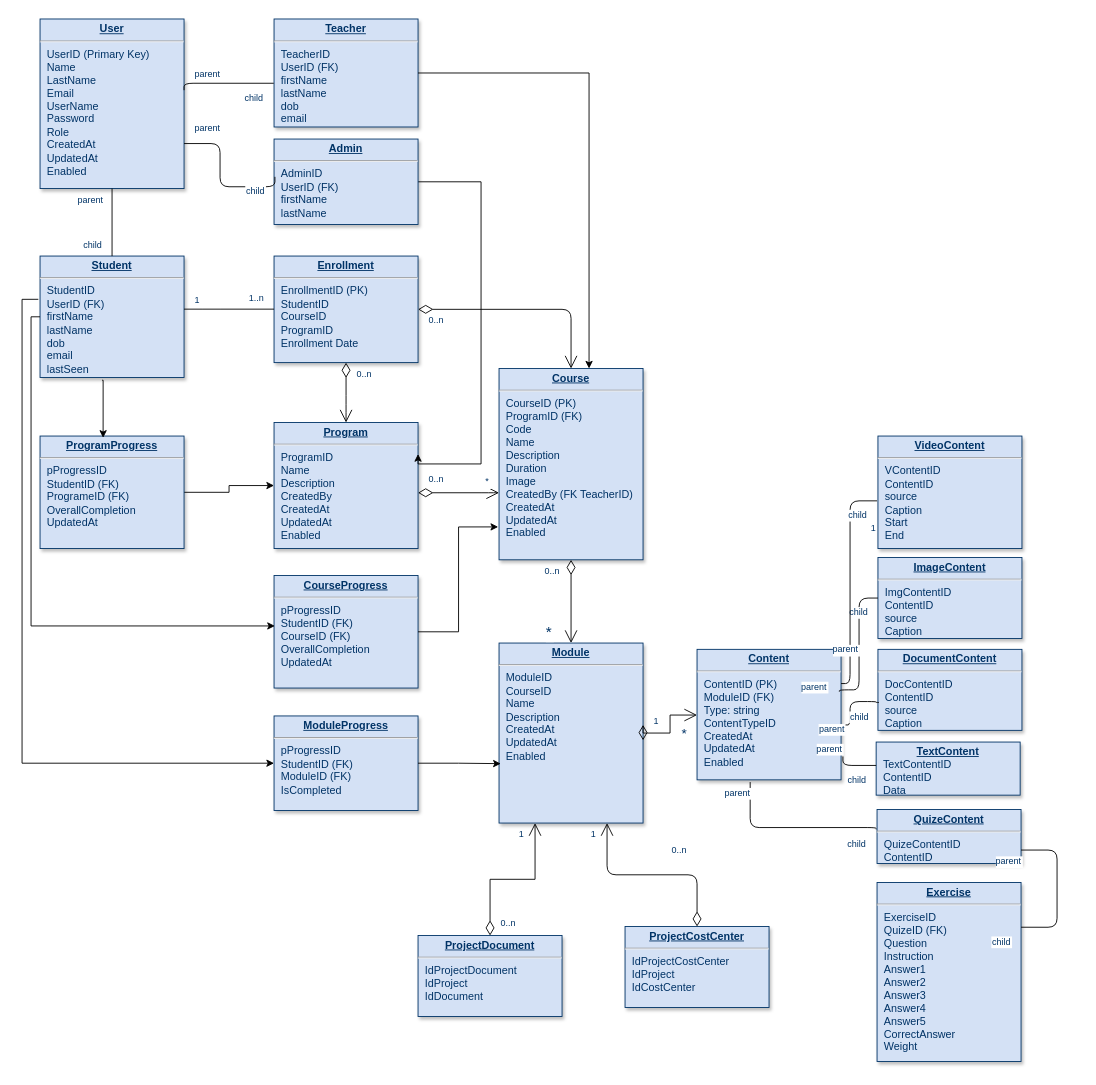
The draw.io diagram Database.drawio in kingshowa/PFE_E-learning, before the edit. Source tidied: cells renumbered, new cells numbered last; positions are measured from the earlier drawing's top-left corner, leaving out a move shared by most shapes. Both pictures are drawn from the tidied source at 90%, with x=0, y=0 at pixel (22, 19).
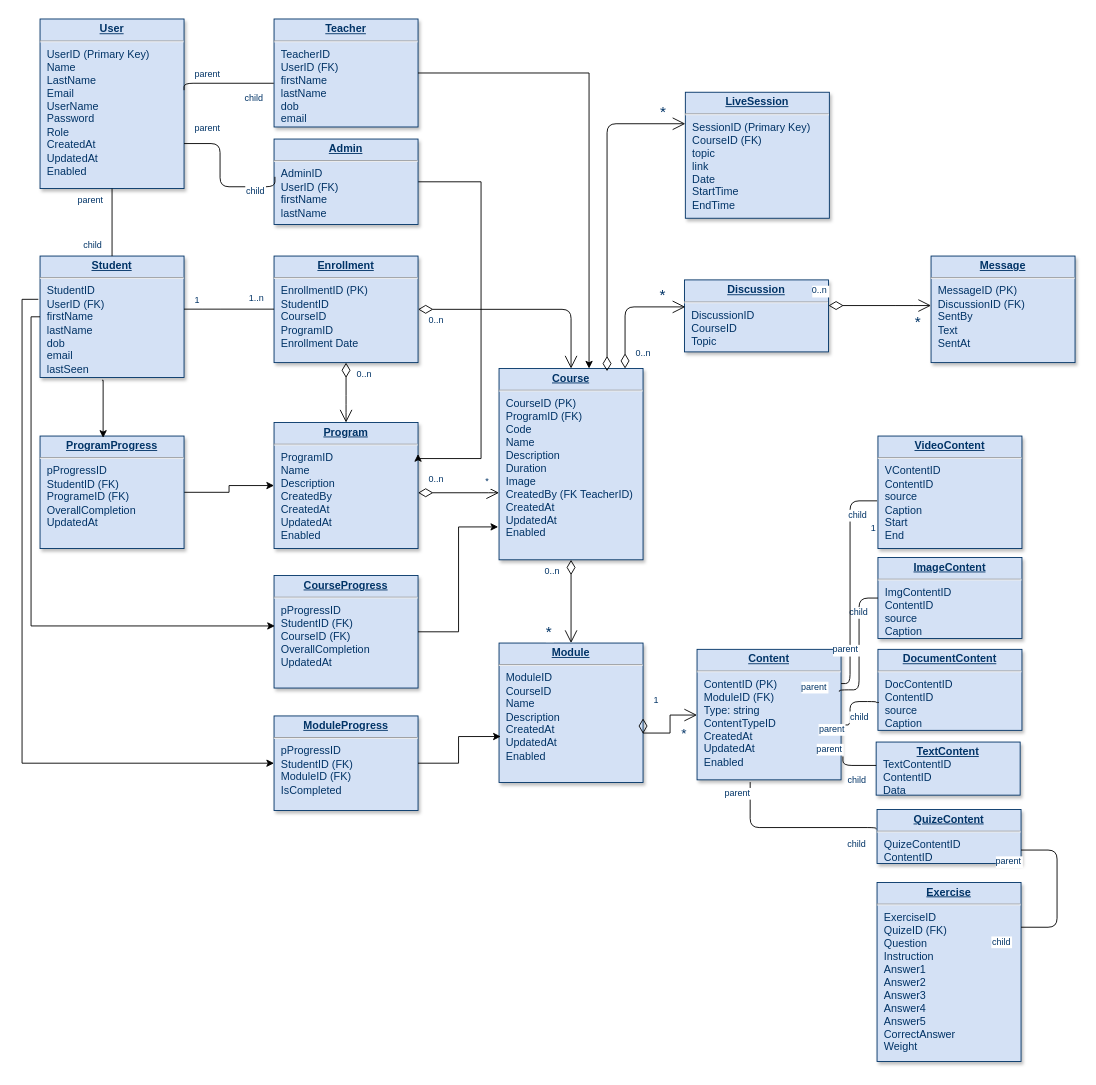
Above is the later version.

The change refers to these unchanged cells:
```xml
<mxCell id="3" value="&lt;p style=&quot;margin: 0px; margin-top: 4px; text-align: center; text-decoration: underline;&quot;&gt;&lt;strong&gt;Program&lt;/strong&gt;&lt;/p&gt;&lt;hr&gt;&lt;p style=&quot;margin: 0px; margin-left: 8px;&quot;&gt;ProgramID&lt;/p&gt;&lt;p style=&quot;margin: 0px; margin-left: 8px;&quot;&gt;Name&lt;/p&gt;&lt;p style=&quot;margin: 0px; margin-left: 8px;&quot;&gt;Description&lt;/p&gt;&lt;p style=&quot;margin: 0px; margin-left: 8px;&quot;&gt;CreatedBy&lt;/p&gt;&lt;p style=&quot;margin: 0px; margin-left: 8px;&quot;&gt;CreatedAt&lt;/p&gt;&lt;p style=&quot;margin: 0px; margin-left: 8px;&quot;&gt;UpdatedAt&lt;/p&gt;&lt;p style=&quot;margin: 0px; margin-left: 8px;&quot;&gt;Enabled&lt;/p&gt;" style="verticalAlign=top;align=left;overflow=fill;fontSize=12;fontFamily=Helvetica;html=1;strokeColor=#003366;shadow=1;fillColor=#D4E1F5;fontColor=#003366;" parent="1" vertex="1">
  <mxGeometry x="280" y="448" width="160" height="140" as="geometry" />
</mxCell>
<mxCell id="75" value="&lt;p style=&quot;margin: 0px; margin-top: 4px; text-align: center; text-decoration: underline;&quot;&gt;&lt;b&gt;Admin&lt;/b&gt;&lt;/p&gt;&lt;hr&gt;&lt;p style=&quot;margin: 0px 0px 0px 8px;&quot;&gt;AdminID&lt;/p&gt;&lt;p style=&quot;margin: 0px 0px 0px 8px;&quot;&gt;UserID (FK)&lt;/p&gt;&lt;p style=&quot;margin: 0px 0px 0px 8px;&quot;&gt;firstName&lt;/p&gt;&lt;p style=&quot;margin: 0px 0px 0px 8px;&quot;&gt;lastName&lt;/p&gt;" style="verticalAlign=top;align=left;overflow=fill;fontSize=12;fontFamily=Helvetica;html=1;strokeColor=#003366;shadow=1;fillColor=#D4E1F5;fontColor=#003366;" parent="1" vertex="1">
  <mxGeometry x="280" y="133" width="160" height="95" as="geometry" />
</mxCell>
```

Change to the diagram source:
```diff
@@
     <mxCell id="11" value="&lt;p style=&quot;margin: 0px; margin-top: 4px; text-align: center; text-decoration: underline;&quot;&gt;&lt;b&gt;Module&lt;/b&gt;&lt;/p&gt;&lt;hr&gt;&lt;p style=&quot;margin: 0px; margin-left: 8px;&quot;&gt;ModuleID&lt;/p&gt;&lt;p style=&quot;margin: 0px; margin-left: 8px;&quot;&gt;CourseID&lt;/p&gt;&lt;p style=&quot;margin: 0px; margin-left: 8px;&quot;&gt;Name&lt;/p&gt;&lt;p style=&quot;margin: 0px; margin-left: 8px;&quot;&gt;Description&lt;/p&gt;&lt;p style=&quot;margin: 0px; margin-left: 8px;&quot;&gt;CreatedAt&lt;/p&gt;&lt;p style=&quot;margin: 0px; margin-left: 8px;&quot;&gt;UpdatedAt&lt;/p&gt;&lt;p style=&quot;margin: 0px; margin-left: 8px;&quot;&gt;Enabled&lt;/p&gt;" style="verticalAlign=top;align=left;overflow=fill;fontSize=12;fontFamily=Helvetica;html=1;strokeColor=#003366;shadow=1;fillColor=#D4E1F5;fontColor=#003366;" parent="1" vertex="1">
-      <mxGeometry x="530" y="693" width="160" height="200" as="geometry" />
+      <mxGeometry x="530" y="693" width="160" height="155" as="geometry" />
     </mxCell>
-    <mxCell id="12" value="&lt;p style=&quot;margin: 0px; margin-top: 4px; text-align: center; text-decoration: underline;&quot;&gt;&lt;strong&gt;ProjectCostCenter&lt;/strong&gt;&lt;/p&gt;&lt;hr /&gt;&lt;p style=&quot;margin: 0px; margin-left: 8px;&quot;&gt;IdProjectCostCenter&lt;/p&gt;&lt;p style=&quot;margin: 0px; margin-left: 8px;&quot;&gt;IdProject&lt;/p&gt;&lt;p style=&quot;margin: 0px; margin-left: 8px;&quot;&gt;IdCostCenter&lt;/p&gt;" style="verticalAlign=top;align=left;overflow=fill;fontSize=12;fontFamily=Helvetica;html=1;strokeColor=#003366;shadow=1;fillColor=#D4E1F5;fontColor=#003366;" parent="1" vertex="1">
-      <mxGeometry x="670" y="1008" width="160" height="90" as="geometry" />
-    </mxCell>
-    <mxCell id="13" value="&lt;p style=&quot;margin: 0px ; margin-top: 4px ; text-align: center ; text-decoration: underline&quot;&gt;&lt;strong&gt;ProjectDocument&lt;/strong&gt;&lt;/p&gt;&lt;hr&gt;&lt;p style=&quot;margin: 0px ; margin-left: 8px&quot;&gt;IdProjectDocument&lt;/p&gt;&lt;p style=&quot;margin: 0px ; margin-left: 8px&quot;&gt;IdProject&lt;/p&gt;&lt;p style=&quot;margin: 0px ; margin-left: 8px&quot;&gt;IdDocument&lt;/p&gt;" style="verticalAlign=top;align=left;overflow=fill;fontSize=12;fontFamily=Helvetica;html=1;strokeColor=#003366;shadow=1;fillColor=#D4E1F5;fontColor=#003366;" parent="1" vertex="1">
-      <mxGeometry x="440" y="1018" width="160" height="90" as="geometry" />
-    </mxCell>
@@
-    <mxCell id="20" style="endArrow=open;endSize=12;startArrow=diamondThin;startSize=14;startFill=0;edgeStyle=orthogonalEdgeStyle;entryX=0.75;entryY=1;" parent="1" edge="1" source="12" target="11">
-      <mxGeometry x="479.4" y="790" as="geometry" />
-    </mxCell>
-    <mxCell id="21" value="0..n" style="align=left;verticalAlign=top;labelBackgroundColor=#ffffff;fontSize=10;strokeColor=#003366;shadow=1;fillColor=#D4E1F5;fontColor=#003366;" parent="20" vertex="1">
-      <mxGeometry x="-1" relative="1" as="geometry">
-        <mxPoint x="-30" y="-97.5" as="offset" />
-      </mxGeometry>
-    </mxCell>
-    <mxCell id="22" value="1" style="align=right;verticalAlign=top;labelBackgroundColor=#ffffff;fontSize=10;strokeColor=#003366;shadow=1;fillColor=#D4E1F5;fontColor=#003366;" parent="20" vertex="1">
-      <mxGeometry x="1" relative="1" as="geometry">
-        <mxPoint x="-11.1" as="offset" />
-      </mxGeometry>
-    </mxCell>
-    <mxCell id="23" style="endArrow=open;endSize=12;startArrow=diamondThin;startSize=14;startFill=0;edgeStyle=orthogonalEdgeStyle;entryX=0.25;entryY=1;rounded=0;" parent="1" edge="1" source="13" target="11">
-      <mxGeometry x="419.4" y="820" as="geometry" />
-    </mxCell>
-    <mxCell id="24" value="0..n" style="align=left;verticalAlign=top;labelBackgroundColor=#ffffff;fontSize=10;strokeColor=#003366;shadow=1;fillColor=#D4E1F5;fontColor=#003366;" parent="23" vertex="1">
-      <mxGeometry x="-1" relative="1" as="geometry">
-        <mxPoint x="10" y="-26.2" as="offset" />
-      </mxGeometry>
-    </mxCell>
-    <mxCell id="25" value="1" style="align=right;verticalAlign=top;labelBackgroundColor=#ffffff;fontSize=10;strokeColor=#003366;shadow=1;fillColor=#D4E1F5;fontColor=#003366;" parent="23" vertex="1">
-      <mxGeometry x="1" relative="1" as="geometry">
-        <mxPoint x="-11.1" as="offset" />
-      </mxGeometry>
-    </mxCell>
@@
     <mxCell id="74" style="edgeStyle=orthogonalEdgeStyle;rounded=0;jettySize=auto;html=1;entryX=1;entryY=0.25;entryDx=0;entryDy=0;" parent="1" edge="1" source="75" target="3">
       <mxGeometry relative="1" as="geometry">
         <Array as="points">
-          <mxPoint x="510" y="180.5" />
-          <mxPoint x="510" y="494" />
+          <mxPoint x="510" y="181" />
+          <mxPoint x="510" y="488" />
+          <mxPoint x="440" y="488" />
         </Array>
       </mxGeometry>
     </mxCell>
@@
+    <mxCell id="80" value="&lt;p style=&quot;margin: 0px ; margin-top: 4px ; text-align: center ; text-decoration: underline&quot;&gt;&lt;b&gt;Discussion&lt;/b&gt;&lt;/p&gt;&lt;hr&gt;&lt;p style=&quot;margin: 0px ; margin-left: 8px&quot;&gt;DiscussionID&lt;/p&gt;&lt;p style=&quot;margin: 0px ; margin-left: 8px&quot;&gt;&lt;span style=&quot;background-color: initial;&quot;&gt;CourseID&lt;/span&gt;&lt;/p&gt;&lt;p style=&quot;margin: 0px ; margin-left: 8px&quot;&gt;Topic&lt;/p&gt;" style="verticalAlign=top;align=left;overflow=fill;fontSize=12;fontFamily=Helvetica;html=1;strokeColor=#003366;shadow=1;fillColor=#D4E1F5;fontColor=#003366;" parent="1" vertex="1">
+      <mxGeometry x="736" y="289.5" width="160" height="80" as="geometry" />
+    </mxCell>
+    <mxCell id="81" value="&lt;p style=&quot;margin: 0px ; margin-top: 4px ; text-align: center ; text-decoration: underline&quot;&gt;&lt;b&gt;Message&lt;/b&gt;&lt;/p&gt;&lt;hr&gt;&lt;p style=&quot;margin: 0px ; margin-left: 8px&quot;&gt;MessageID (PK)&lt;/p&gt;&lt;p style=&quot;margin: 0px ; margin-left: 8px&quot;&gt;DiscussionID (FK)&lt;/p&gt;&lt;p style=&quot;margin: 0px ; margin-left: 8px&quot;&gt;SentBy&lt;/p&gt;&lt;p style=&quot;margin: 0px ; margin-left: 8px&quot;&gt;Text&lt;/p&gt;&lt;p style=&quot;margin: 0px ; margin-left: 8px&quot;&gt;SentAt&lt;/p&gt;" style="verticalAlign=top;align=left;overflow=fill;fontSize=12;fontFamily=Helvetica;html=1;strokeColor=#003366;shadow=1;fillColor=#D4E1F5;fontColor=#003366;" parent="1" vertex="1">
+      <mxGeometry x="1010" y="263" width="160" height="118.4" as="geometry" />
+    </mxCell>
+    <mxCell id="82" style="endArrow=open;endSize=12;startArrow=diamondThin;startSize=14;startFill=0;edgeStyle=orthogonalEdgeStyle;entryX=0.006;entryY=0.375;entryDx=0;entryDy=0;entryPerimeter=0;" parent="1" edge="1" target="80">
+      <mxGeometry x="369.4" y="360" as="geometry">
+        <mxPoint x="670" y="388" as="sourcePoint" />
+        <Array as="points">
+          <mxPoint x="670" y="388" />
+          <mxPoint x="670" y="320" />
+        </Array>
+      </mxGeometry>
+    </mxCell>
+    <mxCell id="83" value="0..n" style="align=left;verticalAlign=top;labelBackgroundColor=#ffffff;fontSize=10;strokeColor=#003366;shadow=1;fillColor=#D4E1F5;fontColor=#003366;" parent="82" vertex="1">
+      <mxGeometry x="-1" relative="1" as="geometry">
+        <mxPoint x="10" y="-30" as="offset" />
+      </mxGeometry>
+    </mxCell>
+    <mxCell id="84" value="*" style="align=right;verticalAlign=top;labelBackgroundColor=#ffffff;fontSize=17;strokeColor=#003366;shadow=1;fillColor=#D4E1F5;fontColor=#003366;" parent="82" vertex="1">
+      <mxGeometry x="1" relative="1" as="geometry">
+        <mxPoint x="-20" y="-30" as="offset" />
+      </mxGeometry>
+    </mxCell>
+    <mxCell id="85" style="endArrow=open;endSize=12;startArrow=diamondThin;startSize=14;startFill=0;edgeStyle=orthogonalEdgeStyle;" parent="1" edge="1" source="80" target="81">
+      <mxGeometry x="369.4" y="360" as="geometry">
+        <Array as="points">
+          <mxPoint x="980" y="318" />
+          <mxPoint x="980" y="318" />
+        </Array>
+      </mxGeometry>
+    </mxCell>
+    <mxCell id="86" value="0..n" style="align=left;verticalAlign=top;labelBackgroundColor=#ffffff;fontSize=10;strokeColor=#003366;shadow=1;fillColor=#D4E1F5;fontColor=#003366;" parent="85" vertex="1">
+      <mxGeometry x="-1" relative="1" as="geometry">
+        <mxPoint x="-20" y="-30" as="offset" />
+      </mxGeometry>
+    </mxCell>
+    <mxCell id="87" value="*" style="align=right;verticalAlign=top;labelBackgroundColor=#ffffff;fontSize=17;strokeColor=#003366;shadow=1;fillColor=#D4E1F5;fontColor=#003366;" parent="85" vertex="1">
+      <mxGeometry x="1" relative="1" as="geometry">
+        <mxPoint x="-10" y="1" as="offset" />
+      </mxGeometry>
+    </mxCell>
+    <mxCell id="88" value="&lt;p style=&quot;margin: 0px ; margin-top: 4px ; text-align: center ; text-decoration: underline&quot;&gt;&lt;b&gt;LiveSession&lt;/b&gt;&lt;/p&gt;&lt;hr&gt;&lt;p style=&quot;margin: 0px ; margin-left: 8px&quot;&gt;SessionID (Primary Key)&lt;/p&gt;&lt;p style=&quot;margin: 0px ; margin-left: 8px&quot;&gt;CourseID (FK)&lt;/p&gt;&lt;p style=&quot;margin: 0px ; margin-left: 8px&quot;&gt;topic&lt;/p&gt;&lt;p style=&quot;margin: 0px ; margin-left: 8px&quot;&gt;link&lt;/p&gt;&lt;p style=&quot;margin: 0px ; margin-left: 8px&quot;&gt;Date&lt;/p&gt;&lt;p style=&quot;margin: 0px ; margin-left: 8px&quot;&gt;StartTime&lt;/p&gt;&lt;p style=&quot;margin: 0px ; margin-left: 8px&quot;&gt;EndTime&lt;/p&gt;" style="verticalAlign=top;align=left;overflow=fill;fontSize=12;fontFamily=Helvetica;html=1;strokeColor=#003366;shadow=1;fillColor=#D4E1F5;fontColor=#003366;" parent="1" vertex="1">
+      <mxGeometry x="737" y="81" width="160" height="140" as="geometry" />
+    </mxCell>
+    <mxCell id="89" style="endArrow=open;endSize=12;startArrow=diamondThin;startSize=14;startFill=0;edgeStyle=orthogonalEdgeStyle;entryX=0;entryY=0.25;entryDx=0;entryDy=0;" parent="1" edge="1" target="88">
+      <mxGeometry x="369.4" y="360" as="geometry">
+        <mxPoint x="650" y="391" as="sourcePoint" />
+        <Array as="points">
+          <mxPoint x="650" y="391" />
+          <mxPoint x="650" y="116" />
+        </Array>
+      </mxGeometry>
+    </mxCell>
+    <mxCell id="90" style="align=left;verticalAlign=top;labelBackgroundColor=#ffffff;fontSize=10;strokeColor=#003366;shadow=1;fillColor=#D4E1F5;fontColor=#003366;" parent="89" vertex="1">
+      <mxGeometry x="-1" relative="1" as="geometry">
+        <mxPoint x="10" y="-30" as="offset" />
+      </mxGeometry>
+    </mxCell>
+    <mxCell id="91" value="*" style="align=right;verticalAlign=top;labelBackgroundColor=#ffffff;fontSize=17;strokeColor=#003366;shadow=1;fillColor=#D4E1F5;fontColor=#003366;" parent="89" vertex="1">
+      <mxGeometry x="1" relative="1" as="geometry">
+        <mxPoint x="-20" y="-30" as="offset" />
+      </mxGeometry>
+    </mxCell>
```
